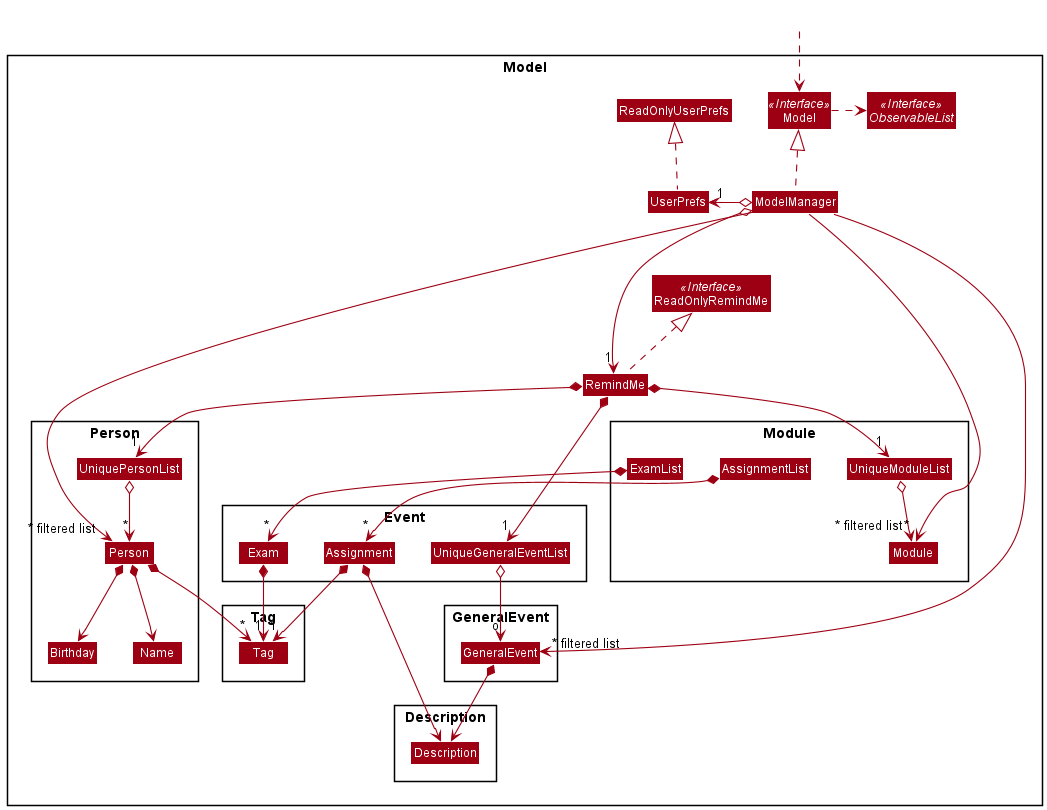
Earlier version of the PlantUML export docs/images/ModelClassDiagram.png (nus-cs2103-AY2021S2/tp). Its diagram source:
```plantuml
@startuml
!include style.puml
skinparam arrowThickness 1.1
skinparam arrowColor MODEL_COLOR
skinparam classBackgroundColor MODEL_COLOR

Package Model <<Rectangle>>{
Interface ReadOnlyRemindMe <<Interface>>
Interface Model <<Interface>>
Interface ObservableList <<Interface>>
Class RemindMe
Class ReadOnlyRemindMe
Class Model
Class ModelManager
Class UserPrefs
Class ReadOnlyUserPrefs

Package Person {
Class Person
Class Name
Class Birthday
Class UniquePersonList
}

package Module {
Class AssignmentList
Class ExamList
Class Module
Class UniqueModuleList
}

Package GeneralEvent {
Class GeneralEvent
}

Package Description {
Class Description
}

package Event {
Class Exam
Class Assignment
Class GeneralEvent
Class UniqueGeneralEventList
}


Package Tag {
Class Tag
}
}

Class HiddenOutside #FFFFFF
HiddenOutside ..> Model

RemindMe .up.|> ReadOnlyRemindMe

ModelManager .up.|> Model
Model .right.> ObservableList
ModelManager o--> "1" RemindMe
ModelManager o-left-> "1" UserPrefs
UserPrefs .up.|> ReadOnlyUserPrefs

RemindMe *--> "1" UniquePersonList
RemindMe *--> "1" UniqueModuleList
RemindMe *--> "1" UniqueGeneralEventList
UniquePersonList o--> "*" Person
UniqueModuleList o--> "*" Module
UniqueGeneralEventList o--> "o" GeneralEvent
Assignment *--> Description
Assignment *--> "1" Tag
Exam *--> "1" Tag
GeneralEvent *--> Description

Person *--> Name
Person *--> Birthday
Person *--> "*" Tag
AssignmentList *--> "*" Assignment
ExamList *--> "*" Exam

ModelManager ----->" ~* filtered list" Person
ModelManager -----> " ~* filtered list" Module
ModelManager -----> " ~* filtered list" GeneralEvent
@enduml
```
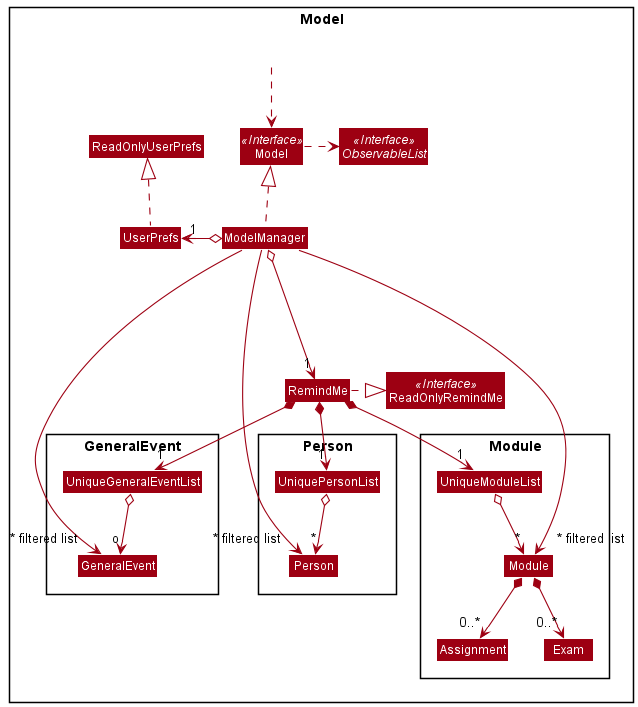
The same diagram one commit later.

Commit message:
Update Model component diagram

What changed in the source:
```diff
@@ -17,43 +17,26 @@
 
 Package Person {
 Class Person
-Class Name
-Class Birthday
+
 Class UniquePersonList
 }
 
 package Module {
-Class AssignmentList
-Class ExamList
+Class Assignment
+Class Exam
 Class Module
 Class UniqueModuleList
 }
 
 Package GeneralEvent {
+Class UniqueGeneralEventList
 Class GeneralEvent
-}
-
-Package Description {
-Class Description
-}
-
-package Event {
-Class Exam
-Class Assignment
-Class GeneralEvent
-Class UniqueGeneralEventList
-}
-
-
-Package Tag {
-Class Tag
-}
 }
 
 Class HiddenOutside #FFFFFF
 HiddenOutside ..> Model
 
-RemindMe .up.|> ReadOnlyRemindMe
+RemindMe .right.|> ReadOnlyRemindMe
 
 ModelManager .up.|> Model
 Model .right.> ObservableList
@@ -67,16 +50,14 @@
 UniquePersonList o--> "*" Person
 UniqueModuleList o--> "*" Module
 UniqueGeneralEventList o--> "o" GeneralEvent
-Assignment *--> Description
-Assignment *--> "1" Tag
-Exam *--> "1" Tag
-GeneralEvent *--> Description
 
-Person *--> Name
-Person *--> Birthday
-Person *--> "*" Tag
-AssignmentList *--> "*" Assignment
-ExamList *--> "*" Exam
+
+Module *--> "0..*" Exam
+Module *--> "0..*" Assignment
+
+
+
+
 
 ModelManager ----->" ~* filtered list" Person
 ModelManager -----> " ~* filtered list" Module
```
